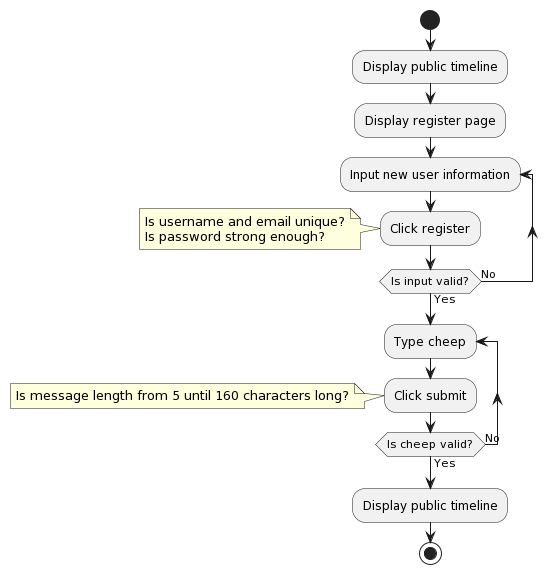
Before: docs/images/user_activity1.png, a diagram exported from PlantUML (ITU-BDSA23-GROUP13/Chirp). The source it was exported from:
```plantuml
@startuml
start
:Display public timeline;

:Display register page;
repeat :Input new user information;
:Click register;
note left
Is username and email unique?
Is password strong enough?
end note
repeat while (Is input valid?) is (No) not (Yes)

repeat :Type cheep;
:Click submit;
note left
Is message length from 5 until 160 characters long?
end note
repeat while (Is cheep valid?) is (No) not (Yes)

:Display public timeline;
stop
@enduml
```
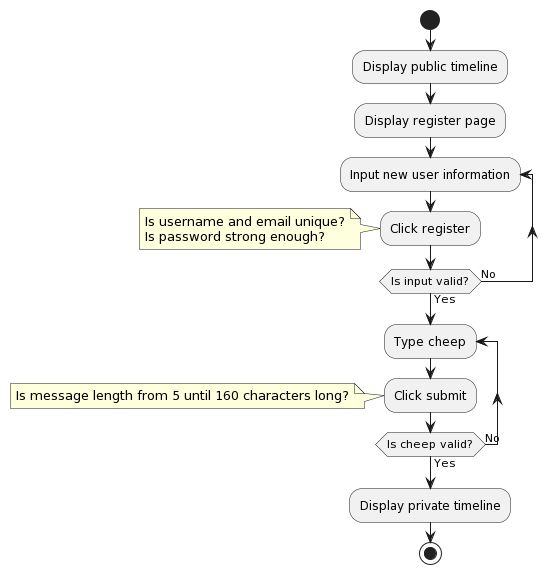
Later version of the same file.

The edit, as a diff of the source:
```diff
@@ -18,6 +18,6 @@
 end note
 repeat while (Is cheep valid?) is (No) not (Yes)
 
-:Display public timeline;
+:Display private timeline;
 stop
 @enduml
```
